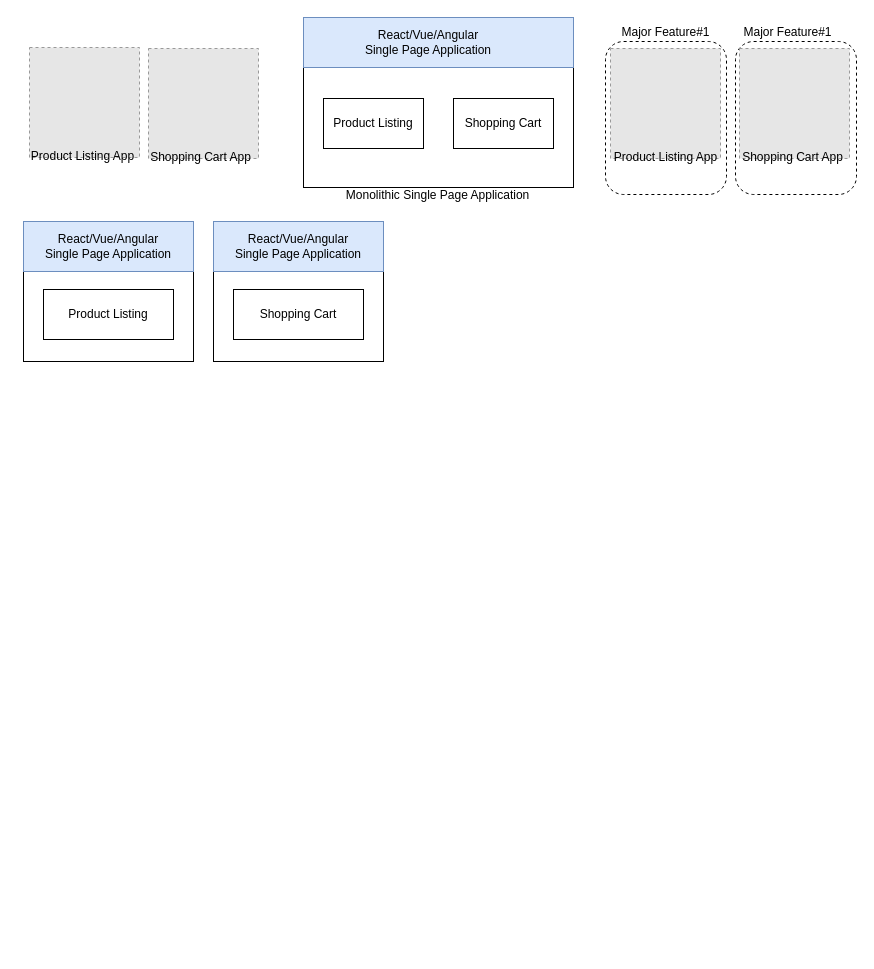
Above: page "Server Arch" (1 of 2) of Frontend-Integration.drawio in afflato/system (draw.io), before the change. Source tidied: cells renumbered, new cells numbered last; positions are measured from the earlier drawing's top-left corner, leaving out a move shared by most shapes. Both pictures are drawn from the tidied source at 100%, with x=0, y=0 at pixel (17, 17). Pictures stored in the file or linked from it are replaced by grey dashed boxes.
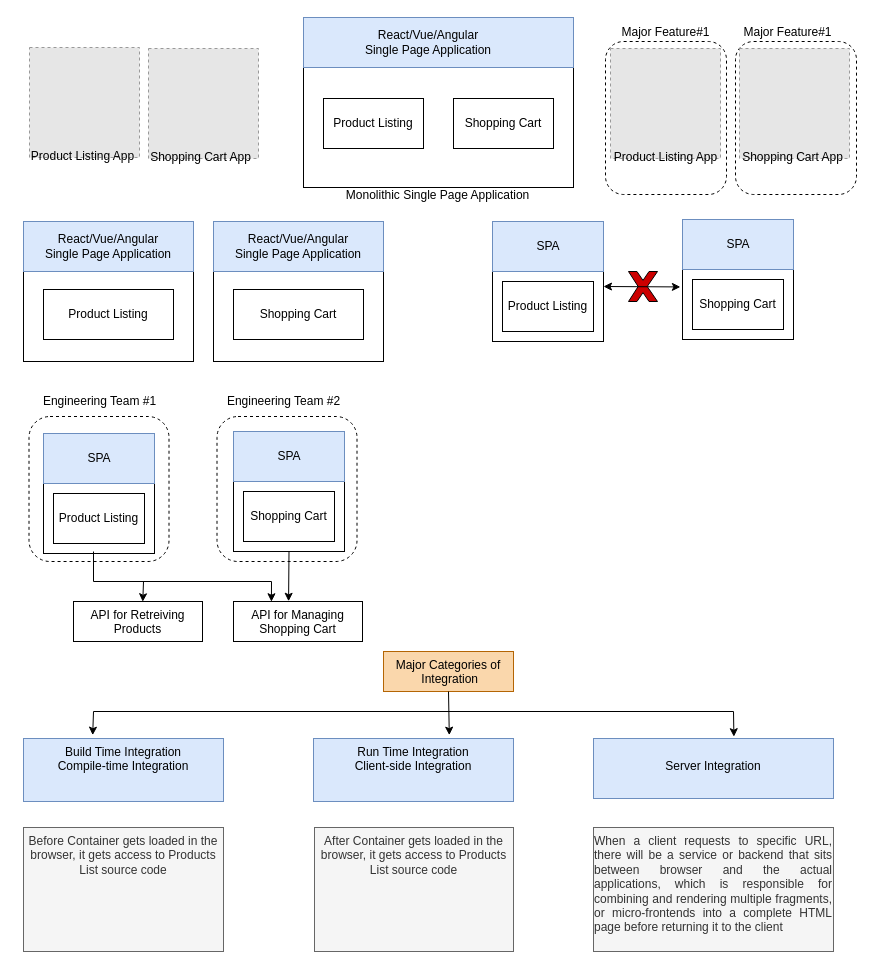
Above is the later version.

Change to the diagram source:
```diff
@@
+    <mxCell id="34" style="rounded=0;whiteSpace=wrap;html=1;" parent="1" vertex="1">
+      <mxGeometry x="475" y="204" width="111" height="120" as="geometry" />
+    </mxCell>
+    <mxCell id="35" value="Product Listing" style="rounded=0;whiteSpace=wrap;html=1;" parent="1" vertex="1">
+      <mxGeometry x="485" y="264" width="91" height="50" as="geometry" />
+    </mxCell>
+    <mxCell id="36" style="group;" parent="1" vertex="1">
+      <mxGeometry x="475" y="204" width="211" height="120" as="geometry" />
+    </mxCell>
+    <mxCell id="37" style="rounded=0;whiteSpace=wrap;html=1;fillColor=#dae8fc;strokeColor=#6c8ebf;" parent="36" vertex="1">
+      <mxGeometry width="111" height="50" as="geometry" />
+    </mxCell>
+    <mxCell id="38" value="SPA" style="text;html=1;strokeColor=none;fillColor=none;align=center;verticalAlign=middle;whiteSpace=wrap;rounded=0;" parent="36" vertex="1">
+      <mxGeometry x="6.5" y="10" width="97.9" height="30" as="geometry" />
+    </mxCell>
+    <mxCell id="39" style="verticalLabelPosition=bottom;verticalAlign=top;html=1;shape=mxgraph.basic.x;fillColor=#CC0000;" parent="36" vertex="1">
+      <mxGeometry x="136" y="50" width="29" height="30" as="geometry" />
+    </mxCell>
+    <mxCell id="40" style="rounded=0;whiteSpace=wrap;html=1;" parent="1" vertex="1">
+      <mxGeometry x="665" y="202" width="111" height="120" as="geometry" />
+    </mxCell>
+    <mxCell id="41" value="Shopping Cart" style="rounded=0;whiteSpace=wrap;html=1;" parent="1" vertex="1">
+      <mxGeometry x="675" y="262" width="91" height="50" as="geometry" />
+    </mxCell>
+    <mxCell id="42" style="group;" parent="1" vertex="1">
+      <mxGeometry x="665" y="202" width="111" height="50" as="geometry" />
+    </mxCell>
+    <mxCell id="43" style="rounded=0;whiteSpace=wrap;html=1;fillColor=#dae8fc;strokeColor=#6c8ebf;" parent="42" vertex="1">
+      <mxGeometry width="111" height="50" as="geometry" />
+    </mxCell>
+    <mxCell id="44" value="SPA" style="text;html=1;strokeColor=none;fillColor=none;align=center;verticalAlign=middle;whiteSpace=wrap;rounded=0;" parent="42" vertex="1">
+      <mxGeometry x="6.5" y="10" width="97.9" height="30" as="geometry" />
+    </mxCell>
+    <mxCell id="45" style="endArrow=classic;html=1;rounded=0;entryX=-0.019;entryY=0.562;entryDx=0;entryDy=0;entryPerimeter=0;endFill=1;startArrow=classic;startFill=1;" parent="1" edge="1" target="40">
+      <mxGeometry relative="1" as="geometry">
+        <mxPoint x="586" y="269" as="sourcePoint" />
+      </mxGeometry>
+    </mxCell>
+    <mxCell id="46" style="rounded=0;whiteSpace=wrap;html=1;" parent="1" vertex="1">
+      <mxGeometry x="26" y="416" width="111" height="120" as="geometry" />
+    </mxCell>
+    <mxCell id="47" value="Product Listing" style="rounded=0;whiteSpace=wrap;html=1;" parent="1" vertex="1">
+      <mxGeometry x="36" y="476" width="91" height="50" as="geometry" />
+    </mxCell>
+    <mxCell id="48" style="group;" parent="1" vertex="1">
+      <mxGeometry x="26" y="416" width="211" height="141" as="geometry" />
+    </mxCell>
+    <mxCell id="49" style="rounded=0;whiteSpace=wrap;html=1;fillColor=#dae8fc;strokeColor=#6c8ebf;" parent="48" vertex="1">
+      <mxGeometry width="111" height="50" as="geometry" />
+    </mxCell>
+    <mxCell id="50" value="SPA" style="text;html=1;strokeColor=none;fillColor=none;align=center;verticalAlign=middle;whiteSpace=wrap;rounded=0;" parent="48" vertex="1">
+      <mxGeometry x="6.5" y="10" width="97.9" height="30" as="geometry" />
+    </mxCell>
+    <mxCell id="51" style="rounded=1;whiteSpace=wrap;html=1;strokeColor=default;align=center;verticalAlign=top;fontFamily=Helvetica;fontSize=12;fontColor=default;fillColor=default;fillOpacity=0;dashed=1;" parent="48" vertex="1">
+      <mxGeometry x="-14.5" y="-17" width="140" height="145" as="geometry" />
+    </mxCell>
+    <mxCell id="52" style="rounded=0;whiteSpace=wrap;html=1;" parent="1" vertex="1">
+      <mxGeometry x="216" y="414" width="111" height="120" as="geometry" />
+    </mxCell>
+    <mxCell id="53" value="Shopping Cart" style="rounded=0;whiteSpace=wrap;html=1;" parent="1" vertex="1">
+      <mxGeometry x="226" y="474" width="91" height="50" as="geometry" />
+    </mxCell>
+    <mxCell id="54" style="group;" parent="1" vertex="1">
+      <mxGeometry x="216" y="414" width="111" height="50" as="geometry" />
+    </mxCell>
+    <mxCell id="55" style="rounded=0;whiteSpace=wrap;html=1;fillColor=#dae8fc;strokeColor=#6c8ebf;" parent="54" vertex="1">
+      <mxGeometry width="111" height="50" as="geometry" />
+    </mxCell>
+    <mxCell id="56" value="SPA" style="text;html=1;strokeColor=none;fillColor=none;align=center;verticalAlign=middle;whiteSpace=wrap;rounded=0;" parent="54" vertex="1">
+      <mxGeometry x="6.5" y="10" width="97.9" height="30" as="geometry" />
+    </mxCell>
+    <mxCell id="57" value="API for Retreiving Products" style="rounded=0;whiteSpace=wrap;html=1;strokeColor=default;align=center;verticalAlign=top;fontFamily=Helvetica;fontSize=12;fontColor=default;fillColor=default;" parent="1" vertex="1">
+      <mxGeometry x="56" y="584" width="129" height="40" as="geometry" />
+    </mxCell>
+    <mxCell id="58" value="API for Managing Shopping Cart" style="rounded=0;whiteSpace=wrap;html=1;strokeColor=default;align=center;verticalAlign=top;fontFamily=Helvetica;fontSize=12;fontColor=default;fillColor=default;" parent="1" vertex="1">
+      <mxGeometry x="216" y="584" width="129" height="40" as="geometry" />
+    </mxCell>
+    <mxCell id="59" style="endArrow=classic;html=1;rounded=0;fontFamily=Helvetica;fontSize=12;fontColor=default;entryX=0.537;entryY=0.006;entryDx=0;entryDy=0;entryPerimeter=0;" parent="1" edge="1" target="57">
+      <mxGeometry relative="1" as="geometry">
+        <mxPoint x="76" y="534" as="sourcePoint" />
+        <Array as="points">
+          <mxPoint x="76" y="564" />
+          <mxPoint x="126" y="564" />
+        </Array>
+      </mxGeometry>
+    </mxCell>
+    <mxCell id="60" style="endArrow=classic;html=1;rounded=0;fontFamily=Helvetica;fontSize=12;fontColor=default;exitX=0.5;exitY=1;exitDx=0;exitDy=0;entryX=0.427;entryY=-0.006;entryDx=0;entryDy=0;entryPerimeter=0;" parent="1" edge="1" source="52" target="58">
+      <mxGeometry relative="1" as="geometry" />
+    </mxCell>
+    <mxCell id="61" style="endArrow=classic;html=1;rounded=0;fontFamily=Helvetica;fontSize=12;fontColor=default;entryX=0.294;entryY=0.006;entryDx=0;entryDy=0;entryPerimeter=0;" parent="1" edge="1" target="58">
+      <mxGeometry relative="1" as="geometry">
+        <mxPoint x="116" y="564" as="sourcePoint" />
+        <Array as="points">
+          <mxPoint x="254" y="564" />
+        </Array>
+      </mxGeometry>
+    </mxCell>
+    <mxCell id="62" style="rounded=1;whiteSpace=wrap;html=1;strokeColor=default;align=center;verticalAlign=top;fontFamily=Helvetica;fontSize=12;fontColor=default;fillColor=default;fillOpacity=0;dashed=1;" parent="1" vertex="1">
+      <mxGeometry x="199.5" y="399" width="140" height="145" as="geometry" />
+    </mxCell>
+    <mxCell id="63" value="Engineering Team #1" style="text;html=1;align=center;verticalAlign=middle;strokeColor=none;fillColor=none;fontSize=12;fontFamily=Helvetica;fontColor=default;" parent="1" vertex="1">
+      <mxGeometry x="12" y="369" width="140" height="30" as="geometry" />
+    </mxCell>
+    <mxCell id="64" value="Engineering Team #2" style="text;html=1;align=center;verticalAlign=middle;strokeColor=none;fillColor=none;fontSize=12;fontFamily=Helvetica;fontColor=default;" parent="1" vertex="1">
+      <mxGeometry x="196" y="369" width="140" height="30" as="geometry" />
+    </mxCell>
+    <mxCell id="65" value="Major Categories of&lt;br&gt;&amp;nbsp;Integration" style="rounded=0;whiteSpace=wrap;html=1;strokeColor=#b46504;align=center;verticalAlign=top;fontFamily=Helvetica;fontSize=12;fillColor=#fad7ac;" parent="1" vertex="1">
+      <mxGeometry x="366" y="634" width="130" height="40" as="geometry" />
+    </mxCell>
+    <mxCell id="66" value="Build Time Integration&lt;br&gt;Compile-time Integration" style="rounded=0;whiteSpace=wrap;html=1;strokeColor=#6c8ebf;align=center;verticalAlign=top;fontFamily=Helvetica;fontSize=12;fillColor=#dae8fc;" parent="1" vertex="1">
+      <mxGeometry x="6" y="721" width="200" height="63" as="geometry" />
+    </mxCell>
+    <mxCell id="67" value="Run Time Integration&lt;br&gt;Client-side Integration" style="rounded=0;whiteSpace=wrap;html=1;strokeColor=#6c8ebf;align=center;verticalAlign=top;fontFamily=Helvetica;fontSize=12;fillColor=#dae8fc;" parent="1" vertex="1">
+      <mxGeometry x="296" y="721" width="200" height="63" as="geometry" />
+    </mxCell>
+    <mxCell id="68" value="&lt;br&gt;Server Integration" style="rounded=0;whiteSpace=wrap;html=1;strokeColor=#6c8ebf;align=center;verticalAlign=top;fontFamily=Helvetica;fontSize=12;fillColor=#dae8fc;" parent="1" vertex="1">
+      <mxGeometry x="576" y="721" width="240" height="60" as="geometry" />
+    </mxCell>
+    <mxCell id="69" value="Before Container gets loaded in the browser, it gets access to Products List source code" style="rounded=0;whiteSpace=wrap;html=1;strokeColor=#666666;align=center;verticalAlign=top;fontFamily=Helvetica;fontSize=12;fontColor=#333333;fillColor=#f5f5f5;" parent="1" vertex="1">
+      <mxGeometry x="6" y="810" width="200" height="124" as="geometry" />
+    </mxCell>
+    <mxCell id="70" value="After Container gets loaded in the browser, it gets access to Products List source code" style="rounded=0;whiteSpace=wrap;html=1;strokeColor=#666666;align=center;verticalAlign=top;fontFamily=Helvetica;fontSize=12;fontColor=#333333;fillColor=#f5f5f5;" parent="1" vertex="1">
+      <mxGeometry x="297" y="810" width="199" height="124" as="geometry" />
+    </mxCell>
+    <mxCell id="71" value="&lt;div style=&quot;text-align: justify;&quot;&gt;&lt;span style=&quot;background-color: initial;&quot;&gt;When a client requests to specific URL, there will be a service or backend that sits between browser and the actual applications, which is responsible for combining and rendering multiple fragments, or micro-frontends into a complete HTML page before returning it to the client&lt;/span&gt;&lt;/div&gt;" style="rounded=0;whiteSpace=wrap;html=1;strokeColor=#666666;align=center;verticalAlign=top;fontFamily=Helvetica;fontSize=12;fontColor=#333333;fillColor=#f5f5f5;" parent="1" vertex="1">
+      <mxGeometry x="576" y="810" width="240" height="124" as="geometry" />
+    </mxCell>
+    <mxCell id="72" style="endArrow=classic;html=1;rounded=0;fontFamily=Helvetica;fontSize=12;fontColor=default;exitX=0.5;exitY=1;exitDx=0;exitDy=0;entryX=0.679;entryY=-0.053;entryDx=0;entryDy=0;entryPerimeter=0;" parent="1" edge="1" source="65" target="67">
+      <mxGeometry relative="1" as="geometry" />
+    </mxCell>
+    <mxCell id="73" style="endArrow=none;html=1;rounded=0;fontFamily=Helvetica;fontSize=12;fontColor=default;" parent="1" edge="1">
+      <mxGeometry relative="1" as="geometry">
+        <mxPoint x="76" y="694" as="sourcePoint" />
+        <mxPoint x="716" y="694" as="targetPoint" />
+      </mxGeometry>
+    </mxCell>
+    <mxCell id="74" style="endArrow=classic;html=1;rounded=0;fontFamily=Helvetica;fontSize=12;fontColor=default;entryX=0.346;entryY=-0.053;entryDx=0;entryDy=0;entryPerimeter=0;" parent="1" edge="1" target="66">
+      <mxGeometry relative="1" as="geometry">
+        <mxPoint x="76" y="694" as="sourcePoint" />
+      </mxGeometry>
+    </mxCell>
+    <mxCell id="75" style="endArrow=classic;html=1;rounded=0;fontFamily=Helvetica;fontSize=12;fontColor=default;entryX=0.585;entryY=-0.03;entryDx=0;entryDy=0;entryPerimeter=0;" parent="1" edge="1" target="68">
+      <mxGeometry relative="1" as="geometry">
+        <mxPoint x="716" y="694" as="sourcePoint" />
+      </mxGeometry>
+    </mxCell>
```
